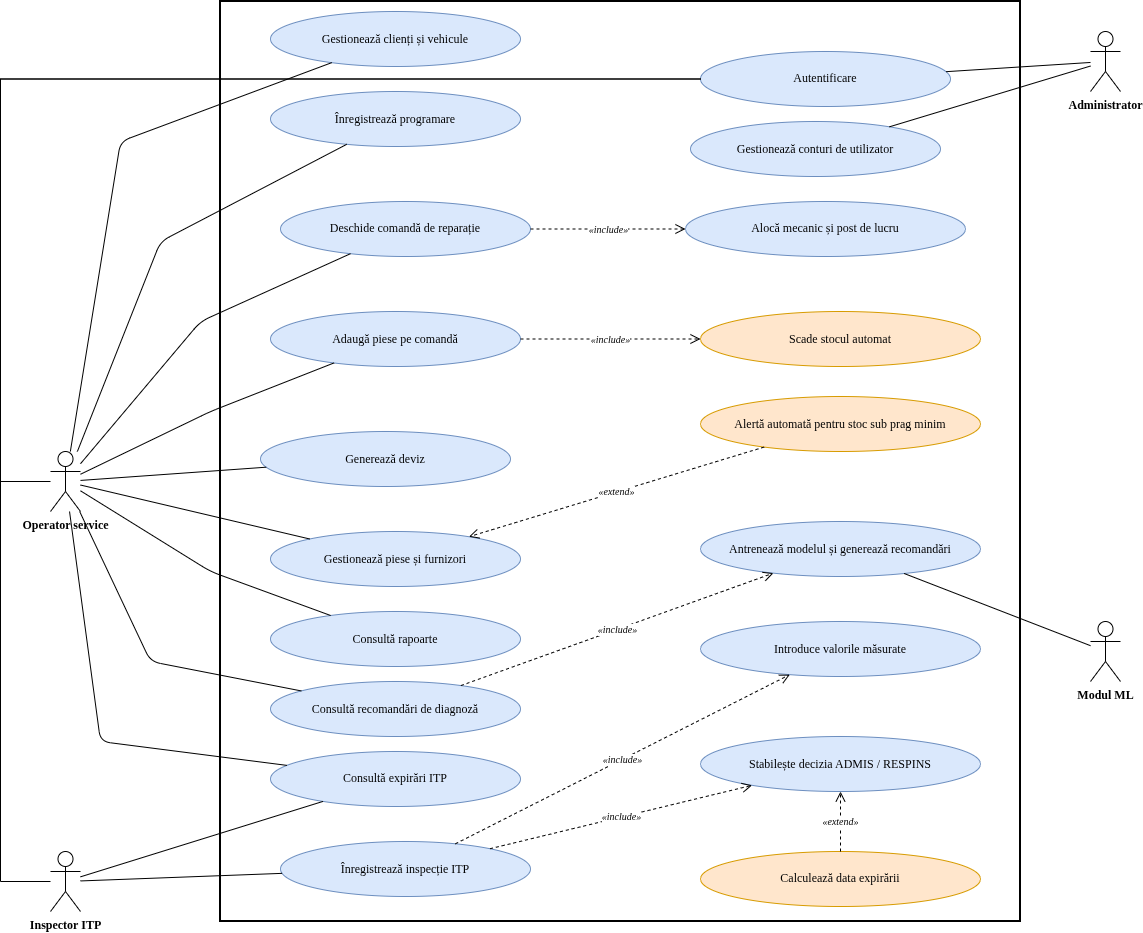
Earlier version of the draw.io export diagrame/cazuri_utilizare.png (rares340/proiect-bd-service-auto). Source tidied: cells renumbered, new cells last; positions are measured from the earlier drawing's top-left corner, leaving out a move shared by most shapes. Source of this version:
```xml
<mxGraphModel>
  <root>
    <mxCell id="0" />
    <mxCell id="1" parent="0" />
    <mxCell id="2" style="rounded=0;whiteSpace=wrap;html=1;fillColor=none;strokeWidth=2;verticalAlign=top;fontStyle=1;fontSize=14;fontFamily=Times New Roman;" parent="1" vertex="1">
      <mxGeometry x="220" width="800" height="920" as="geometry" />
    </mxCell>
    <mxCell id="3" value="Administrator" style="shape=umlActor;verticalLabelPosition=bottom;verticalAlign=top;html=1;outlineConnect=0;fontStyle=1;fontFamily=Times New Roman;fontSize=12;" parent="1" vertex="1">
      <mxGeometry x="1090" y="30" width="30" height="60" as="geometry" />
    </mxCell>
    <mxCell id="4" value="Operator service" style="shape=umlActor;verticalLabelPosition=bottom;verticalAlign=top;html=1;outlineConnect=0;fontStyle=1;fontFamily=Times New Roman;fontSize=12;" parent="1" vertex="1">
      <mxGeometry x="50" y="450" width="30" height="60" as="geometry" />
    </mxCell>
    <mxCell id="5" value="Inspector ITP" style="shape=umlActor;verticalLabelPosition=bottom;verticalAlign=top;html=1;outlineConnect=0;fontStyle=1;fontFamily=Times New Roman;fontSize=12;" parent="1" vertex="1">
      <mxGeometry x="50" y="850" width="30" height="60" as="geometry" />
    </mxCell>
    <mxCell id="6" value="Modul ML" style="shape=umlActor;verticalLabelPosition=bottom;verticalAlign=top;html=1;outlineConnect=0;fontStyle=1;fontFamily=Times New Roman;fontSize=12;" parent="1" vertex="1">
      <mxGeometry x="1090" y="620" width="30" height="60" as="geometry" />
    </mxCell>
    <mxCell id="7" value="Autentificare" style="ellipse;whiteSpace=wrap;html=1;fontFamily=Times New Roman;fontSize=12;fillColor=#dae8fc;strokeColor=#6c8ebf;" parent="1" vertex="1">
      <mxGeometry x="700" y="50" width="250" height="55" as="geometry" />
    </mxCell>
    <mxCell id="8" value="Gestionează conturi de utilizator" style="ellipse;whiteSpace=wrap;html=1;fontFamily=Times New Roman;fontSize=12;fillColor=#dae8fc;strokeColor=#6c8ebf;" parent="1" vertex="1">
      <mxGeometry x="690" y="120" width="250" height="55" as="geometry" />
    </mxCell>
    <mxCell id="9" value="Gestionează clienți și vehicule" style="ellipse;whiteSpace=wrap;html=1;fontFamily=Times New Roman;fontSize=12;fillColor=#dae8fc;strokeColor=#6c8ebf;" parent="1" vertex="1">
      <mxGeometry x="270" y="10" width="250" height="55" as="geometry" />
    </mxCell>
    <mxCell id="10" value="Înregistrează programare" style="ellipse;whiteSpace=wrap;html=1;fontFamily=Times New Roman;fontSize=12;fillColor=#dae8fc;strokeColor=#6c8ebf;" parent="1" vertex="1">
      <mxGeometry x="270" y="90" width="250" height="55" as="geometry" />
    </mxCell>
    <mxCell id="11" value="Deschide comandă de reparație" style="ellipse;whiteSpace=wrap;html=1;fontFamily=Times New Roman;fontSize=12;fillColor=#dae8fc;strokeColor=#6c8ebf;" parent="1" vertex="1">
      <mxGeometry x="280" y="200" width="250" height="55" as="geometry" />
    </mxCell>
    <mxCell id="12" value="Adaugă piese pe comandă" style="ellipse;whiteSpace=wrap;html=1;fontFamily=Times New Roman;fontSize=12;fillColor=#dae8fc;strokeColor=#6c8ebf;" parent="1" vertex="1">
      <mxGeometry x="270" y="310" width="250" height="55" as="geometry" />
    </mxCell>
    <mxCell id="13" value="Generează deviz" style="ellipse;whiteSpace=wrap;html=1;fontFamily=Times New Roman;fontSize=12;fillColor=#dae8fc;strokeColor=#6c8ebf;" parent="1" vertex="1">
      <mxGeometry x="260" y="430" width="250" height="55" as="geometry" />
    </mxCell>
    <mxCell id="14" value="Gestionează piese și furnizori" style="ellipse;whiteSpace=wrap;html=1;fontFamily=Times New Roman;fontSize=12;fillColor=#dae8fc;strokeColor=#6c8ebf;" parent="1" vertex="1">
      <mxGeometry x="270" y="530" width="250" height="55" as="geometry" />
    </mxCell>
    <mxCell id="15" value="Consultă rapoarte" style="ellipse;whiteSpace=wrap;html=1;fontFamily=Times New Roman;fontSize=12;fillColor=#dae8fc;strokeColor=#6c8ebf;" parent="1" vertex="1">
      <mxGeometry x="270" y="610" width="250" height="55" as="geometry" />
    </mxCell>
    <mxCell id="16" value="Consultă recomandări de diagnoză" style="ellipse;whiteSpace=wrap;html=1;fontFamily=Times New Roman;fontSize=12;fillColor=#dae8fc;strokeColor=#6c8ebf;" parent="1" vertex="1">
      <mxGeometry x="270" y="680" width="250" height="55" as="geometry" />
    </mxCell>
    <mxCell id="17" value="Consultă expirări ITP" style="ellipse;whiteSpace=wrap;html=1;fontFamily=Times New Roman;fontSize=12;fillColor=#dae8fc;strokeColor=#6c8ebf;" parent="1" vertex="1">
      <mxGeometry x="270" y="750" width="250" height="55" as="geometry" />
    </mxCell>
    <mxCell id="18" value="Înregistrează inspecție ITP" style="ellipse;whiteSpace=wrap;html=1;fontFamily=Times New Roman;fontSize=12;fillColor=#dae8fc;strokeColor=#6c8ebf;" parent="1" vertex="1">
      <mxGeometry x="280" y="840" width="250" height="55" as="geometry" />
    </mxCell>
    <mxCell id="19" value="Alocă mecanic și post de lucru" style="ellipse;whiteSpace=wrap;html=1;fontFamily=Times New Roman;fontSize=12;fillColor=#dae8fc;strokeColor=#6c8ebf;" parent="1" vertex="1">
      <mxGeometry x="685" y="200" width="280" height="55" as="geometry" />
    </mxCell>
    <mxCell id="20" value="Scade stocul automat" style="ellipse;whiteSpace=wrap;html=1;fontFamily=Times New Roman;fontSize=12;fillColor=#ffe6cc;strokeColor=#d79b00;" parent="1" vertex="1">
      <mxGeometry x="700" y="310" width="280" height="55" as="geometry" />
    </mxCell>
    <mxCell id="21" value="Alertă automată pentru stoc sub prag minim" style="ellipse;whiteSpace=wrap;html=1;fontFamily=Times New Roman;fontSize=12;fillColor=#ffe6cc;strokeColor=#d79b00;" parent="1" vertex="1">
      <mxGeometry x="700" y="395" width="280" height="55" as="geometry" />
    </mxCell>
    <mxCell id="22" value="Antrenează modelul și generează recomandări" style="ellipse;whiteSpace=wrap;html=1;fontFamily=Times New Roman;fontSize=12;fillColor=#dae8fc;strokeColor=#6c8ebf;" parent="1" vertex="1">
      <mxGeometry x="700" y="520" width="280" height="55" as="geometry" />
    </mxCell>
    <mxCell id="23" value="Introduce valorile măsurate" style="ellipse;whiteSpace=wrap;html=1;fontFamily=Times New Roman;fontSize=12;fillColor=#dae8fc;strokeColor=#6c8ebf;" parent="1" vertex="1">
      <mxGeometry x="700" y="620" width="280" height="55" as="geometry" />
    </mxCell>
    <mxCell id="24" value="Stabilește decizia ADMIS / RESPINS" style="ellipse;whiteSpace=wrap;html=1;fontFamily=Times New Roman;fontSize=12;fillColor=#dae8fc;strokeColor=#6c8ebf;" parent="1" vertex="1">
      <mxGeometry x="700" y="735" width="280" height="55" as="geometry" />
    </mxCell>
    <mxCell id="25" value="Calculează data expirării" style="ellipse;whiteSpace=wrap;html=1;fontFamily=Times New Roman;fontSize=12;fillColor=#ffe6cc;strokeColor=#d79b00;" parent="1" vertex="1">
      <mxGeometry x="700" y="850" width="280" height="55" as="geometry" />
    </mxCell>
    <mxCell id="26" style="endArrow=none;html=1;fontFamily=Times New Roman;fontSize=12;" parent="1" edge="1" source="3" target="7">
      <mxGeometry relative="1" as="geometry" />
    </mxCell>
    <mxCell id="27" style="endArrow=none;html=1;fontFamily=Times New Roman;fontSize=12;" parent="1" edge="1" source="3" target="8">
      <mxGeometry relative="1" as="geometry" />
    </mxCell>
    <mxCell id="28" style="endArrow=none;html=1;fontFamily=Times New Roman;fontSize=12;edgeStyle=orthogonalEdgeStyle;rounded=0;entryX=0;entryY=0.5;entryDx=0;entryDy=0;" parent="1" edge="1" source="4" target="7">
      <mxGeometry x="0.18" relative="1" as="geometry">
        <Array as="points">
          <mxPoint y="480" />
          <mxPoint y="77.5" />
        </Array>
      </mxGeometry>
    </mxCell>
    <mxCell id="29" style="endArrow=none;html=1;fontFamily=Times New Roman;fontSize=12;edgeStyle=orthogonalEdgeStyle;rounded=0;entryX=0;entryY=0.5;entryDx=0;entryDy=0;" parent="1" edge="1" source="5" target="7">
      <mxGeometry x="-0.04" relative="1" as="geometry">
        <Array as="points">
          <mxPoint y="880" />
          <mxPoint y="77.5" />
        </Array>
      </mxGeometry>
    </mxCell>
    <mxCell id="30" style="endArrow=none;html=1;fontFamily=Times New Roman;fontSize=12;" parent="1" edge="1" source="4" target="9">
      <mxGeometry relative="1" as="geometry">
        <Array as="points">
          <mxPoint x="120" y="140" />
        </Array>
      </mxGeometry>
    </mxCell>
    <mxCell id="31" style="endArrow=none;html=1;fontFamily=Times New Roman;fontSize=12;" parent="1" edge="1" source="4" target="10">
      <mxGeometry relative="1" as="geometry">
        <Array as="points">
          <mxPoint x="160" y="240" />
        </Array>
      </mxGeometry>
    </mxCell>
    <mxCell id="32" style="endArrow=none;html=1;fontFamily=Times New Roman;fontSize=12;" parent="1" edge="1" source="4" target="11">
      <mxGeometry relative="1" as="geometry">
        <Array as="points">
          <mxPoint x="200" y="320" />
        </Array>
      </mxGeometry>
    </mxCell>
    <mxCell id="33" style="endArrow=none;html=1;fontFamily=Times New Roman;fontSize=12;" parent="1" edge="1" source="4" target="12">
      <mxGeometry relative="1" as="geometry">
        <Array as="points">
          <mxPoint x="210" y="410" />
        </Array>
      </mxGeometry>
    </mxCell>
    <mxCell id="34" style="endArrow=none;html=1;fontFamily=Times New Roman;fontSize=12;" parent="1" edge="1" source="4" target="13">
      <mxGeometry relative="1" as="geometry" />
    </mxCell>
    <mxCell id="35" style="endArrow=none;html=1;fontFamily=Times New Roman;fontSize=12;" parent="1" edge="1" source="4" target="14">
      <mxGeometry relative="1" as="geometry" />
    </mxCell>
    <mxCell id="36" style="endArrow=none;html=1;fontFamily=Times New Roman;fontSize=12;" parent="1" edge="1" source="4" target="15">
      <mxGeometry relative="1" as="geometry">
        <Array as="points">
          <mxPoint x="210" y="570" />
        </Array>
      </mxGeometry>
    </mxCell>
    <mxCell id="37" style="endArrow=none;html=1;fontFamily=Times New Roman;fontSize=12;" parent="1" edge="1" source="4" target="16">
      <mxGeometry relative="1" as="geometry">
        <Array as="points">
          <mxPoint x="150" y="660" />
        </Array>
      </mxGeometry>
    </mxCell>
    <mxCell id="38" style="endArrow=none;html=1;fontFamily=Times New Roman;fontSize=12;" parent="1" edge="1" source="4" target="17">
      <mxGeometry relative="1" as="geometry">
        <Array as="points">
          <mxPoint x="100" y="740" />
        </Array>
      </mxGeometry>
    </mxCell>
    <mxCell id="39" style="endArrow=none;html=1;fontFamily=Times New Roman;fontSize=12;" parent="1" edge="1" source="5" target="17">
      <mxGeometry relative="1" as="geometry" />
    </mxCell>
    <mxCell id="40" style="endArrow=none;html=1;fontFamily=Times New Roman;fontSize=12;" parent="1" edge="1" source="5" target="18">
      <mxGeometry relative="1" as="geometry" />
    </mxCell>
    <mxCell id="41" style="endArrow=none;html=1;fontFamily=Times New Roman;fontSize=12;" parent="1" edge="1" source="6" target="22">
      <mxGeometry relative="1" as="geometry" />
    </mxCell>
    <mxCell id="42" value="«include»" style="endArrow=open;endSize=8;dashed=1;html=1;fontSize=10;fontStyle=2;fontFamily=Times New Roman;" parent="1" edge="1" source="11" target="19">
      <mxGeometry relative="1" as="geometry" />
    </mxCell>
    <mxCell id="43" value="«include»" style="endArrow=open;endSize=8;dashed=1;html=1;fontSize=10;fontStyle=2;fontFamily=Times New Roman;" parent="1" edge="1" source="12" target="20">
      <mxGeometry relative="1" as="geometry" />
    </mxCell>
    <mxCell id="44" value="«include»" style="endArrow=open;endSize=8;dashed=1;html=1;fontSize=10;fontStyle=2;fontFamily=Times New Roman;" parent="1" edge="1" source="16" target="22">
      <mxGeometry relative="1" as="geometry" />
    </mxCell>
    <mxCell id="45" value="«include»" style="endArrow=open;endSize=8;dashed=1;html=1;fontSize=10;fontStyle=2;fontFamily=Times New Roman;" parent="1" edge="1" source="18" target="23">
      <mxGeometry relative="1" as="geometry" />
    </mxCell>
    <mxCell id="46" value="«include»" style="endArrow=open;endSize=8;dashed=1;html=1;fontSize=10;fontStyle=2;fontFamily=Times New Roman;" parent="1" edge="1" source="18" target="24">
      <mxGeometry relative="1" as="geometry" />
    </mxCell>
    <mxCell id="47" value="«extend»" style="endArrow=open;endSize=8;dashed=1;html=1;fontSize=10;fontStyle=2;fontFamily=Times New Roman;" parent="1" edge="1" source="21" target="14">
      <mxGeometry relative="1" as="geometry" />
    </mxCell>
    <mxCell id="48" value="«extend»" style="endArrow=open;endSize=8;dashed=1;html=1;fontSize=10;fontStyle=2;fontFamily=Times New Roman;" parent="1" edge="1" source="25" target="24">
      <mxGeometry relative="1" as="geometry" />
    </mxCell>
  </root>
</mxGraphModel>
```
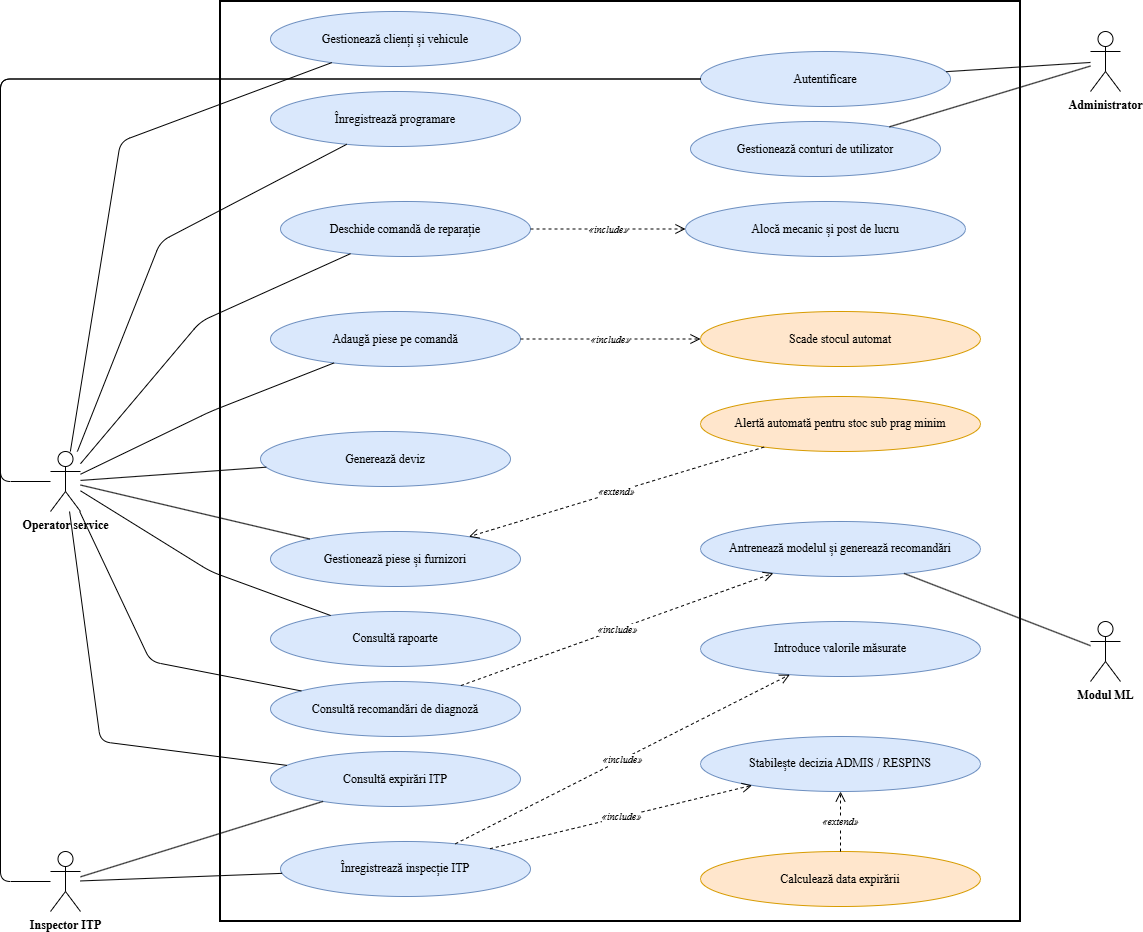
Above is the later version.

What changed in the source:
```diff
@@ -80,7 +80,7 @@
     <mxCell id="27" style="endArrow=none;html=1;fontFamily=Times New Roman;fontSize=12;" parent="1" edge="1" source="3" target="8">
       <mxGeometry relative="1" as="geometry" />
     </mxCell>
-    <mxCell id="28" style="endArrow=none;html=1;fontFamily=Times New Roman;fontSize=12;edgeStyle=orthogonalEdgeStyle;rounded=0;entryX=0;entryY=0.5;entryDx=0;entryDy=0;" parent="1" edge="1" source="4" target="7">
+    <mxCell id="28" style="endArrow=none;html=1;fontFamily=Times New Roman;fontSize=12;edgeStyle=orthogonalEdgeStyle;rounded=1;entryX=0;entryY=0.5;entryDx=0;entryDy=0;curved=0;" parent="1" edge="1" source="4" target="7">
       <mxGeometry x="0.18" relative="1" as="geometry">
         <Array as="points">
           <mxPoint y="480" />
@@ -88,7 +88,7 @@
         </Array>
       </mxGeometry>
     </mxCell>
-    <mxCell id="29" style="endArrow=none;html=1;fontFamily=Times New Roman;fontSize=12;edgeStyle=orthogonalEdgeStyle;rounded=0;entryX=0;entryY=0.5;entryDx=0;entryDy=0;" parent="1" edge="1" source="5" target="7">
+    <mxCell id="29" style="endArrow=none;html=1;fontFamily=Times New Roman;fontSize=12;edgeStyle=orthogonalEdgeStyle;rounded=1;entryX=0;entryY=0.5;entryDx=0;entryDy=0;curved=0;" parent="1" edge="1" source="5" target="7">
       <mxGeometry x="-0.04" relative="1" as="geometry">
         <Array as="points">
           <mxPoint y="880" />
```
